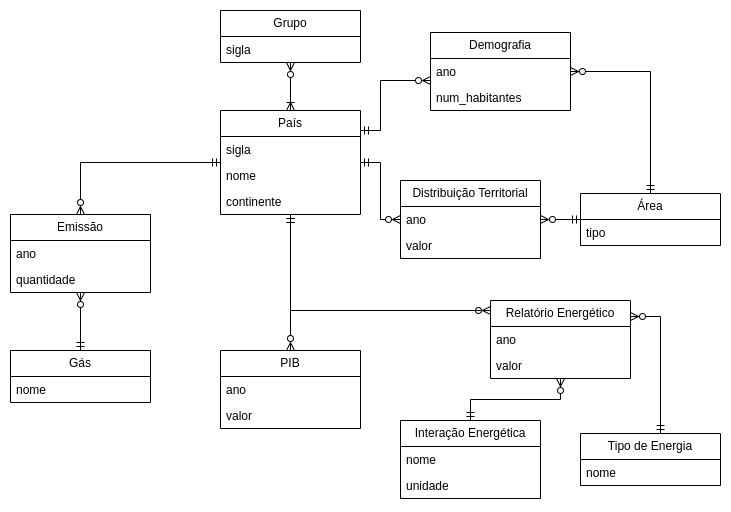
Earlier version of the draw.io export modelos/conceitual.drawio.png (Cl4nyz/Banco-Dados-Energia). Source tidied: cells renumbered, new cells last; positions are measured from the earlier drawing's top-left corner, leaving out a move shared by most shapes. Source of this version:
```xml
<mxGraphModel>
  <root>
    <mxCell id="0" />
    <mxCell id="1" parent="0" />
    <mxCell id="2" value="País" style="swimlane;fontStyle=0;horizontal=1;startSize=26;fillColor=none;whiteSpace=wrap;html=1;" parent="1" vertex="1">
      <mxGeometry x="210" y="100" width="140" height="104" as="geometry" />
    </mxCell>
    <mxCell id="3" value="sigla" style="text;strokeColor=none;fillColor=none;align=left;verticalAlign=top;spacingLeft=4;spacingRight=4;overflow=hidden;whiteSpace=wrap;html=1;" parent="2" vertex="1">
      <mxGeometry y="26" width="140" height="26" as="geometry" />
    </mxCell>
    <mxCell id="4" value="nome" style="text;strokeColor=none;fillColor=none;align=left;verticalAlign=top;spacingLeft=4;spacingRight=4;overflow=hidden;whiteSpace=wrap;html=1;" parent="2" vertex="1">
      <mxGeometry y="52" width="140" height="26" as="geometry" />
    </mxCell>
    <mxCell id="5" value="continente" style="text;strokeColor=none;fillColor=none;align=left;verticalAlign=top;spacingLeft=4;spacingRight=4;overflow=hidden;whiteSpace=wrap;html=1;" parent="2" vertex="1">
      <mxGeometry y="78" width="140" height="26" as="geometry" />
    </mxCell>
    <mxCell id="6" style="edgeStyle=orthogonalEdgeStyle;rounded=0;jettySize=auto;html=1;endArrow=ERmandOne;endFill=0;startArrow=ERzeroToMany;startFill=0;" parent="1" edge="1" source="22" target="12">
      <mxGeometry relative="1" as="geometry" />
    </mxCell>
    <mxCell id="7" value="Tipo de Energia" style="swimlane;fontStyle=0;horizontal=1;startSize=26;fillColor=none;whiteSpace=wrap;html=1;" parent="1" vertex="1">
      <mxGeometry x="570" y="423" width="140" height="52" as="geometry" />
    </mxCell>
    <mxCell id="8" value="nome" style="text;strokeColor=none;fillColor=none;align=left;verticalAlign=top;spacingLeft=4;spacingRight=4;overflow=hidden;whiteSpace=wrap;html=1;" parent="7" vertex="1">
      <mxGeometry y="26" width="140" height="26" as="geometry" />
    </mxCell>
    <mxCell id="9" value="Grupo" style="swimlane;fontStyle=0;horizontal=1;startSize=26;whiteSpace=wrap;html=1;fillColor=default;" parent="1" vertex="1">
      <mxGeometry x="210" width="140" height="52" as="geometry" />
    </mxCell>
    <mxCell id="10" value="sigla" style="text;strokeColor=none;fillColor=none;align=left;verticalAlign=top;spacingLeft=4;spacingRight=4;overflow=hidden;whiteSpace=wrap;html=1;" parent="9" vertex="1">
      <mxGeometry y="26" width="140" height="26" as="geometry" />
    </mxCell>
    <mxCell id="11" style="edgeStyle=orthogonalEdgeStyle;rounded=0;jettySize=auto;html=1;endArrow=ERzeroToMany;endFill=0;startArrow=ERoneToMany;startFill=0;" parent="1" edge="1" source="2" target="9">
      <mxGeometry relative="1" as="geometry" />
    </mxCell>
    <mxCell id="12" value="Interação Energética" style="swimlane;fontStyle=0;horizontal=1;startSize=26;fillColor=none;whiteSpace=wrap;html=1;" parent="1" vertex="1">
      <mxGeometry x="390" y="410" width="140" height="78" as="geometry" />
    </mxCell>
    <mxCell id="13" value="nome" style="text;strokeColor=none;fillColor=none;align=left;verticalAlign=top;spacingLeft=4;spacingRight=4;overflow=hidden;whiteSpace=wrap;html=1;" parent="12" vertex="1">
      <mxGeometry y="26" width="140" height="26" as="geometry" />
    </mxCell>
    <mxCell id="14" value="unidade" style="text;strokeColor=none;fillColor=none;align=left;verticalAlign=top;spacingLeft=4;spacingRight=4;overflow=hidden;whiteSpace=wrap;html=1;" parent="12" vertex="1">
      <mxGeometry y="52" width="140" height="26" as="geometry" />
    </mxCell>
    <mxCell id="15" style="edgeStyle=orthogonalEdgeStyle;rounded=0;jettySize=auto;html=1;startArrow=ERzeroToMany;startFill=0;endArrow=ERmandOne;endFill=0;" parent="1" edge="1" source="17" target="2">
      <mxGeometry relative="1" as="geometry" />
    </mxCell>
    <mxCell id="16" style="edgeStyle=orthogonalEdgeStyle;rounded=0;jettySize=auto;html=1;endArrow=ERmandOne;endFill=0;startArrow=ERzeroToMany;startFill=0;" parent="1" edge="1" source="17" target="41">
      <mxGeometry relative="1" as="geometry" />
    </mxCell>
    <mxCell id="17" value="Distribuição Territorial" style="swimlane;fontStyle=0;horizontal=1;startSize=26;fillColor=none;whiteSpace=wrap;html=1;" parent="1" vertex="1">
      <mxGeometry x="390" y="170" width="140" height="78" as="geometry" />
    </mxCell>
    <mxCell id="18" value="ano" style="text;strokeColor=none;fillColor=none;align=left;verticalAlign=top;spacingLeft=4;spacingRight=4;overflow=hidden;whiteSpace=wrap;html=1;" parent="17" vertex="1">
      <mxGeometry y="26" width="140" height="26" as="geometry" />
    </mxCell>
    <mxCell id="19" value="valor" style="text;strokeColor=none;fillColor=none;align=left;verticalAlign=top;spacingLeft=4;spacingRight=4;overflow=hidden;whiteSpace=wrap;html=1;" parent="17" vertex="1">
      <mxGeometry y="52" width="140" height="26" as="geometry" />
    </mxCell>
    <mxCell id="20" style="edgeStyle=orthogonalEdgeStyle;rounded=0;jettySize=auto;html=1;endArrow=ERmandOne;endFill=0;startArrow=ERzeroToMany;startFill=0;" parent="1" edge="1" source="22" target="7">
      <mxGeometry relative="1" as="geometry">
        <Array as="points">
          <mxPoint x="650" y="306" />
        </Array>
      </mxGeometry>
    </mxCell>
    <mxCell id="21" style="edgeStyle=orthogonalEdgeStyle;rounded=0;jettySize=auto;html=1;startArrow=ERzeroToMany;startFill=0;endArrow=ERmandOne;endFill=0;" parent="1" edge="1" source="22" target="2">
      <mxGeometry relative="1" as="geometry">
        <Array as="points">
          <mxPoint x="470" y="300" />
          <mxPoint x="280" y="300" />
        </Array>
      </mxGeometry>
    </mxCell>
    <mxCell id="22" value="Relatório Energético" style="swimlane;fontStyle=0;horizontal=1;startSize=26;fillColor=none;whiteSpace=wrap;html=1;" parent="1" vertex="1">
      <mxGeometry x="480" y="290" width="140" height="78" as="geometry" />
    </mxCell>
    <mxCell id="23" value="ano" style="text;strokeColor=none;fillColor=none;align=left;verticalAlign=top;spacingLeft=4;spacingRight=4;overflow=hidden;whiteSpace=wrap;html=1;" parent="22" vertex="1">
      <mxGeometry y="26" width="140" height="26" as="geometry" />
    </mxCell>
    <mxCell id="24" value="valor" style="text;strokeColor=none;fillColor=none;align=left;verticalAlign=top;spacingLeft=4;spacingRight=4;overflow=hidden;whiteSpace=wrap;html=1;" parent="22" vertex="1">
      <mxGeometry y="52" width="140" height="26" as="geometry" />
    </mxCell>
    <mxCell id="25" value="PIB" style="swimlane;fontStyle=0;horizontal=1;startSize=26;fillColor=none;whiteSpace=wrap;html=1;" parent="1" vertex="1">
      <mxGeometry x="210" y="340" width="140" height="78" as="geometry" />
    </mxCell>
    <mxCell id="26" value="ano" style="text;strokeColor=none;fillColor=none;align=left;verticalAlign=top;spacingLeft=4;spacingRight=4;overflow=hidden;whiteSpace=wrap;html=1;" parent="25" vertex="1">
      <mxGeometry y="26" width="140" height="26" as="geometry" />
    </mxCell>
    <mxCell id="27" value="valor" style="text;strokeColor=none;fillColor=none;align=left;verticalAlign=top;spacingLeft=4;spacingRight=4;overflow=hidden;whiteSpace=wrap;html=1;" parent="25" vertex="1">
      <mxGeometry y="52" width="140" height="26" as="geometry" />
    </mxCell>
    <mxCell id="28" style="edgeStyle=orthogonalEdgeStyle;rounded=0;jettySize=auto;html=1;startArrow=ERzeroToMany;startFill=0;endArrow=ERmandOne;endFill=0;" parent="1" edge="1" source="29" target="41">
      <mxGeometry relative="1" as="geometry" />
    </mxCell>
    <mxCell id="29" value="Demografia" style="swimlane;fontStyle=0;horizontal=1;startSize=26;fillColor=none;whiteSpace=wrap;html=1;" parent="1" vertex="1">
      <mxGeometry x="420" y="22" width="140" height="78" as="geometry" />
    </mxCell>
    <mxCell id="30" value="ano" style="text;strokeColor=none;fillColor=none;align=left;verticalAlign=top;spacingLeft=4;spacingRight=4;overflow=hidden;whiteSpace=wrap;html=1;" parent="29" vertex="1">
      <mxGeometry y="26" width="140" height="26" as="geometry" />
    </mxCell>
    <mxCell id="31" value="num_habitantes" style="text;strokeColor=none;fillColor=none;align=left;verticalAlign=top;spacingLeft=4;spacingRight=4;overflow=hidden;whiteSpace=wrap;html=1;" parent="29" vertex="1">
      <mxGeometry y="52" width="140" height="26" as="geometry" />
    </mxCell>
    <mxCell id="32" style="edgeStyle=orthogonalEdgeStyle;rounded=0;jettySize=auto;html=1;startArrow=ERzeroToMany;startFill=0;endArrow=ERmandOne;endFill=0;" parent="1" edge="1" source="34" target="2">
      <mxGeometry relative="1" as="geometry">
        <Array as="points">
          <mxPoint x="70" y="152" />
        </Array>
      </mxGeometry>
    </mxCell>
    <mxCell id="33" style="edgeStyle=orthogonalEdgeStyle;rounded=0;jettySize=auto;html=1;endArrow=ERmandOne;endFill=0;startArrow=ERzeroToMany;startFill=0;" parent="1" edge="1" source="34" target="37">
      <mxGeometry relative="1" as="geometry" />
    </mxCell>
    <mxCell id="34" value="Emissão" style="swimlane;fontStyle=0;horizontal=1;startSize=26;fillColor=none;whiteSpace=wrap;html=1;" parent="1" vertex="1">
      <mxGeometry y="204" width="140" height="78" as="geometry" />
    </mxCell>
    <mxCell id="35" value="ano" style="text;strokeColor=none;fillColor=none;align=left;verticalAlign=top;spacingLeft=4;spacingRight=4;overflow=hidden;whiteSpace=wrap;html=1;" parent="34" vertex="1">
      <mxGeometry y="26" width="140" height="26" as="geometry" />
    </mxCell>
    <mxCell id="36" value="quantidade" style="text;strokeColor=none;fillColor=none;align=left;verticalAlign=top;spacingLeft=4;spacingRight=4;overflow=hidden;whiteSpace=wrap;html=1;" parent="34" vertex="1">
      <mxGeometry y="52" width="140" height="26" as="geometry" />
    </mxCell>
    <mxCell id="37" value="Gás" style="swimlane;fontStyle=0;horizontal=1;startSize=26;fillColor=none;whiteSpace=wrap;html=1;" parent="1" vertex="1">
      <mxGeometry y="340" width="140" height="52" as="geometry" />
    </mxCell>
    <mxCell id="38" value="nome" style="text;strokeColor=none;fillColor=none;align=left;verticalAlign=top;spacingLeft=4;spacingRight=4;overflow=hidden;whiteSpace=wrap;html=1;" parent="37" vertex="1">
      <mxGeometry y="26" width="140" height="26" as="geometry" />
    </mxCell>
    <mxCell id="39" style="edgeStyle=orthogonalEdgeStyle;rounded=0;jettySize=auto;html=1;startArrow=ERzeroToMany;startFill=0;endArrow=ERmandOne;endFill=0;" parent="1" edge="1" source="29" target="2">
      <mxGeometry relative="1" as="geometry">
        <Array as="points">
          <mxPoint x="370" y="70" />
          <mxPoint x="370" y="120" />
        </Array>
      </mxGeometry>
    </mxCell>
    <mxCell id="40" style="edgeStyle=orthogonalEdgeStyle;rounded=0;jettySize=auto;html=1;startArrow=ERzeroToMany;startFill=0;endArrow=ERmandOne;endFill=0;" parent="1" edge="1" source="25" target="2">
      <mxGeometry relative="1" as="geometry">
        <Array as="points">
          <mxPoint x="280" y="340" />
          <mxPoint x="280" y="340" />
        </Array>
      </mxGeometry>
    </mxCell>
    <mxCell id="41" value="Área" style="swimlane;fontStyle=0;horizontal=1;startSize=26;whiteSpace=wrap;html=1;fillColor=default;" parent="1" vertex="1">
      <mxGeometry x="570" y="183" width="140" height="52" as="geometry" />
    </mxCell>
    <mxCell id="42" value="tipo" style="text;strokeColor=none;fillColor=none;align=left;verticalAlign=top;spacingLeft=4;spacingRight=4;overflow=hidden;whiteSpace=wrap;html=1;" parent="41" vertex="1">
      <mxGeometry y="26" width="140" height="26" as="geometry" />
    </mxCell>
  </root>
</mxGraphModel>
```
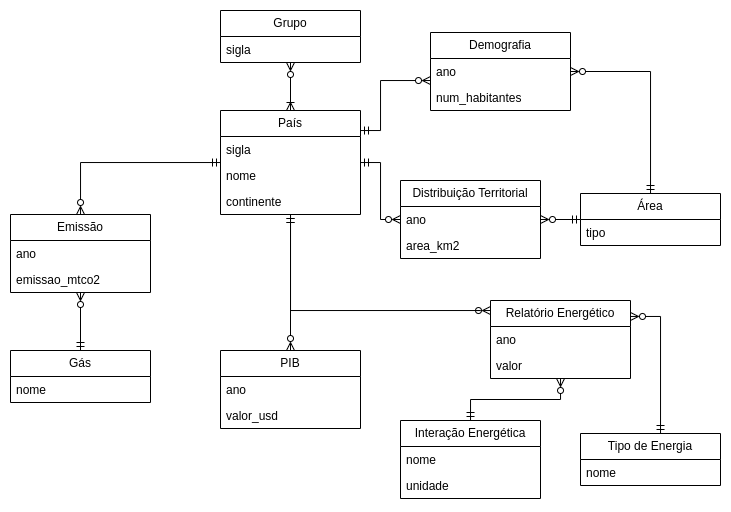
After the commit.

The edit, as a diff of the source:
```diff
@@ -23,7 +23,7 @@
     <mxCell id="8" value="nome" style="text;strokeColor=none;fillColor=none;align=left;verticalAlign=top;spacingLeft=4;spacingRight=4;overflow=hidden;whiteSpace=wrap;html=1;" parent="7" vertex="1">
       <mxGeometry y="26" width="140" height="26" as="geometry" />
     </mxCell>
-    <mxCell id="9" value="Grupo" style="swimlane;fontStyle=0;horizontal=1;startSize=26;whiteSpace=wrap;html=1;fillColor=default;" parent="1" vertex="1">
+    <mxCell id="9" value="Grupo" style="swimlane;fontStyle=0;horizontal=1;startSize=26;whiteSpace=wrap;html=1;" parent="1" vertex="1">
       <mxGeometry x="210" width="140" height="52" as="geometry" />
     </mxCell>
     <mxCell id="10" value="sigla" style="text;strokeColor=none;fillColor=none;align=left;verticalAlign=top;spacingLeft=4;spacingRight=4;overflow=hidden;whiteSpace=wrap;html=1;" parent="9" vertex="1">
@@ -53,7 +53,7 @@
     <mxCell id="18" value="ano" style="text;strokeColor=none;fillColor=none;align=left;verticalAlign=top;spacingLeft=4;spacingRight=4;overflow=hidden;whiteSpace=wrap;html=1;" parent="17" vertex="1">
       <mxGeometry y="26" width="140" height="26" as="geometry" />
     </mxCell>
-    <mxCell id="19" value="valor" style="text;strokeColor=none;fillColor=none;align=left;verticalAlign=top;spacingLeft=4;spacingRight=4;overflow=hidden;whiteSpace=wrap;html=1;" parent="17" vertex="1">
+    <mxCell id="19" value="area_km2" style="text;strokeColor=none;fillColor=none;align=left;verticalAlign=top;spacingLeft=4;spacingRight=4;overflow=hidden;whiteSpace=wrap;html=1;" parent="17" vertex="1">
       <mxGeometry y="52" width="140" height="26" as="geometry" />
     </mxCell>
     <mxCell id="20" style="edgeStyle=orthogonalEdgeStyle;rounded=0;jettySize=auto;html=1;endArrow=ERmandOne;endFill=0;startArrow=ERzeroToMany;startFill=0;" parent="1" edge="1" source="22" target="7">
@@ -86,7 +86,7 @@
     <mxCell id="26" value="ano" style="text;strokeColor=none;fillColor=none;align=left;verticalAlign=top;spacingLeft=4;spacingRight=4;overflow=hidden;whiteSpace=wrap;html=1;" parent="25" vertex="1">
       <mxGeometry y="26" width="140" height="26" as="geometry" />
     </mxCell>
-    <mxCell id="27" value="valor" style="text;strokeColor=none;fillColor=none;align=left;verticalAlign=top;spacingLeft=4;spacingRight=4;overflow=hidden;whiteSpace=wrap;html=1;" parent="25" vertex="1">
+    <mxCell id="27" value="valor_usd" style="text;strokeColor=none;fillColor=none;align=left;verticalAlign=top;spacingLeft=4;spacingRight=4;overflow=hidden;whiteSpace=wrap;html=1;" parent="25" vertex="1">
       <mxGeometry y="52" width="140" height="26" as="geometry" />
     </mxCell>
     <mxCell id="28" style="edgeStyle=orthogonalEdgeStyle;rounded=0;jettySize=auto;html=1;startArrow=ERzeroToMany;startFill=0;endArrow=ERmandOne;endFill=0;" parent="1" edge="1" source="29" target="41">
@@ -117,7 +117,7 @@
     <mxCell id="35" value="ano" style="text;strokeColor=none;fillColor=none;align=left;verticalAlign=top;spacingLeft=4;spacingRight=4;overflow=hidden;whiteSpace=wrap;html=1;" parent="34" vertex="1">
       <mxGeometry y="26" width="140" height="26" as="geometry" />
     </mxCell>
-    <mxCell id="36" value="quantidade" style="text;strokeColor=none;fillColor=none;align=left;verticalAlign=top;spacingLeft=4;spacingRight=4;overflow=hidden;whiteSpace=wrap;html=1;" parent="34" vertex="1">
+    <mxCell id="36" value="emissao_mtco2" style="text;strokeColor=none;fillColor=none;align=left;verticalAlign=top;spacingLeft=4;spacingRight=4;overflow=hidden;whiteSpace=wrap;html=1;" parent="34" vertex="1">
       <mxGeometry y="52" width="140" height="26" as="geometry" />
     </mxCell>
     <mxCell id="37" value="Gás" style="swimlane;fontStyle=0;horizontal=1;startSize=26;fillColor=none;whiteSpace=wrap;html=1;" parent="1" vertex="1">
```
